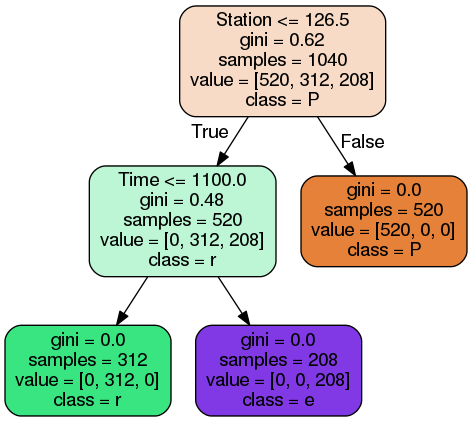
Earlier version of the Graphviz export MachineLearning/tree.png (SKravitsky/MachineLearningServer). Its source is kept beside it as MachineLearning/tree.dot. The source it was exported from:
```dot
digraph Tree {
node [shape=box, style="filled, rounded", color="black", fontname=helvetica] ;
edge [fontname=helvetica] ;
0 [label="Station <= 126.5\ngini = 0.62\nsamples = 1040\nvalue = [520, 312, 208]\nclass = P", fillcolor="#e5813949"] ;
1 [label="Time <= 1100.0\ngini = 0.48\nsamples = 520\nvalue = [0, 312, 208]\nclass = r", fillcolor="#39e58155"] ;
0 -> 1 [labeldistance=2.5, labelangle=45, headlabel="True"] ;
2 [label="gini = 0.0\nsamples = 312\nvalue = [0, 312, 0]\nclass = r", fillcolor="#39e581ff"] ;
1 -> 2 ;
3 [label="gini = 0.0\nsamples = 208\nvalue = [0, 0, 208]\nclass = e", fillcolor="#8139e5ff"] ;
1 -> 3 ;
4 [label="gini = 0.0\nsamples = 520\nvalue = [520, 0, 0]\nclass = P", fillcolor="#e58139ff"] ;
0 -> 4 [labeldistance=2.5, labelangle=-45, headlabel="False"] ;
}
```
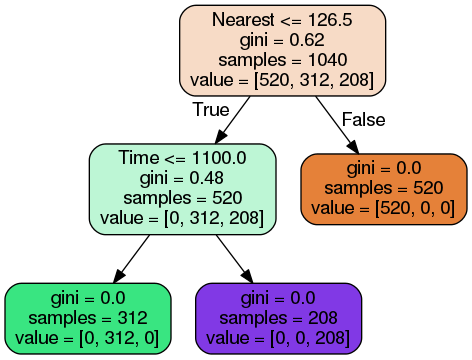
After the change.

The edit, as a diff of the source:
```diff
@@ -1,13 +1,13 @@
 digraph Tree {
 node [shape=box, style="filled, rounded", color="black", fontname=helvetica] ;
 edge [fontname=helvetica] ;
-0 [label="Station <= 126.5\ngini = 0.62\nsamples = 1040\nvalue = [520, 312, 208]\nclass = P", fillcolor="#e5813949"] ;
-1 [label="Time <= 1100.0\ngini = 0.48\nsamples = 520\nvalue = [0, 312, 208]\nclass = r", fillcolor="#39e58155"] ;
+0 [label="Nearest <= 126.5\ngini = 0.62\nsamples = 1040\nvalue = [520, 312, 208]", fillcolor="#e5813949"] ;
+1 [label="Time <= 1100.0\ngini = 0.48\nsamples = 520\nvalue = [0, 312, 208]", fillcolor="#39e58155"] ;
 0 -> 1 [labeldistance=2.5, labelangle=45, headlabel="True"] ;
-2 [label="gini = 0.0\nsamples = 312\nvalue = [0, 312, 0]\nclass = r", fillcolor="#39e581ff"] ;
+2 [label="gini = 0.0\nsamples = 312\nvalue = [0, 312, 0]", fillcolor="#39e581ff"] ;
 1 -> 2 ;
-3 [label="gini = 0.0\nsamples = 208\nvalue = [0, 0, 208]\nclass = e", fillcolor="#8139e5ff"] ;
+3 [label="gini = 0.0\nsamples = 208\nvalue = [0, 0, 208]", fillcolor="#8139e5ff"] ;
 1 -> 3 ;
-4 [label="gini = 0.0\nsamples = 520\nvalue = [520, 0, 0]\nclass = P", fillcolor="#e58139ff"] ;
+4 [label="gini = 0.0\nsamples = 520\nvalue = [520, 0, 0]", fillcolor="#e58139ff"] ;
 0 -> 4 [labeldistance=2.5, labelangle=-45, headlabel="False"] ;
 }
```
